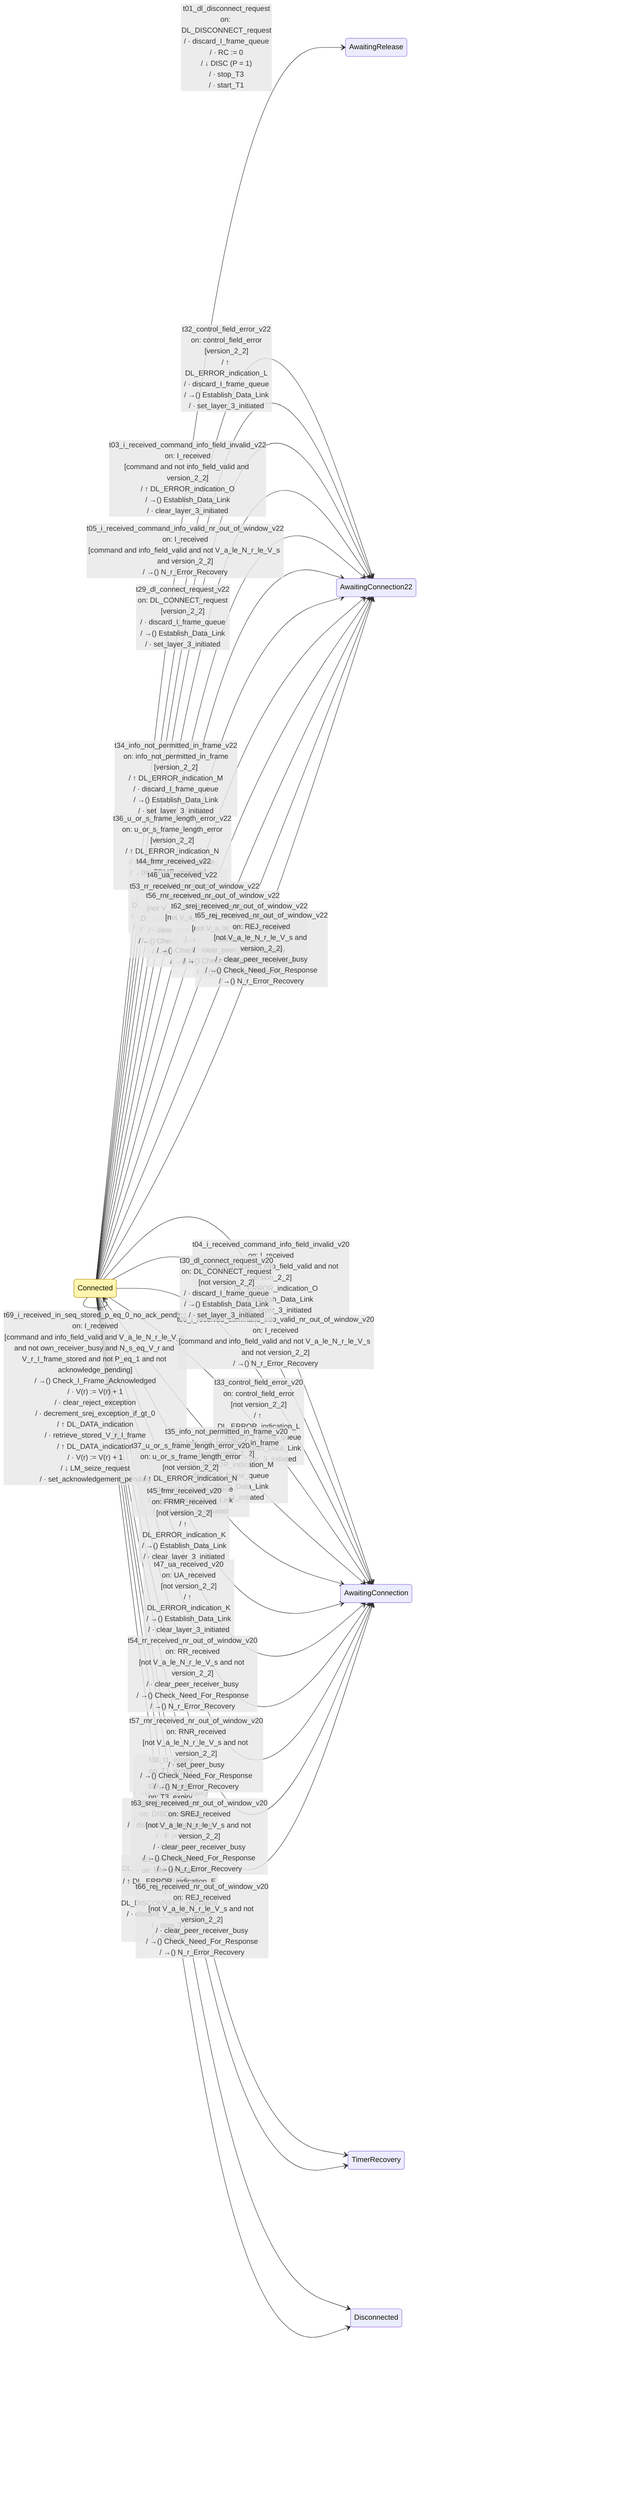
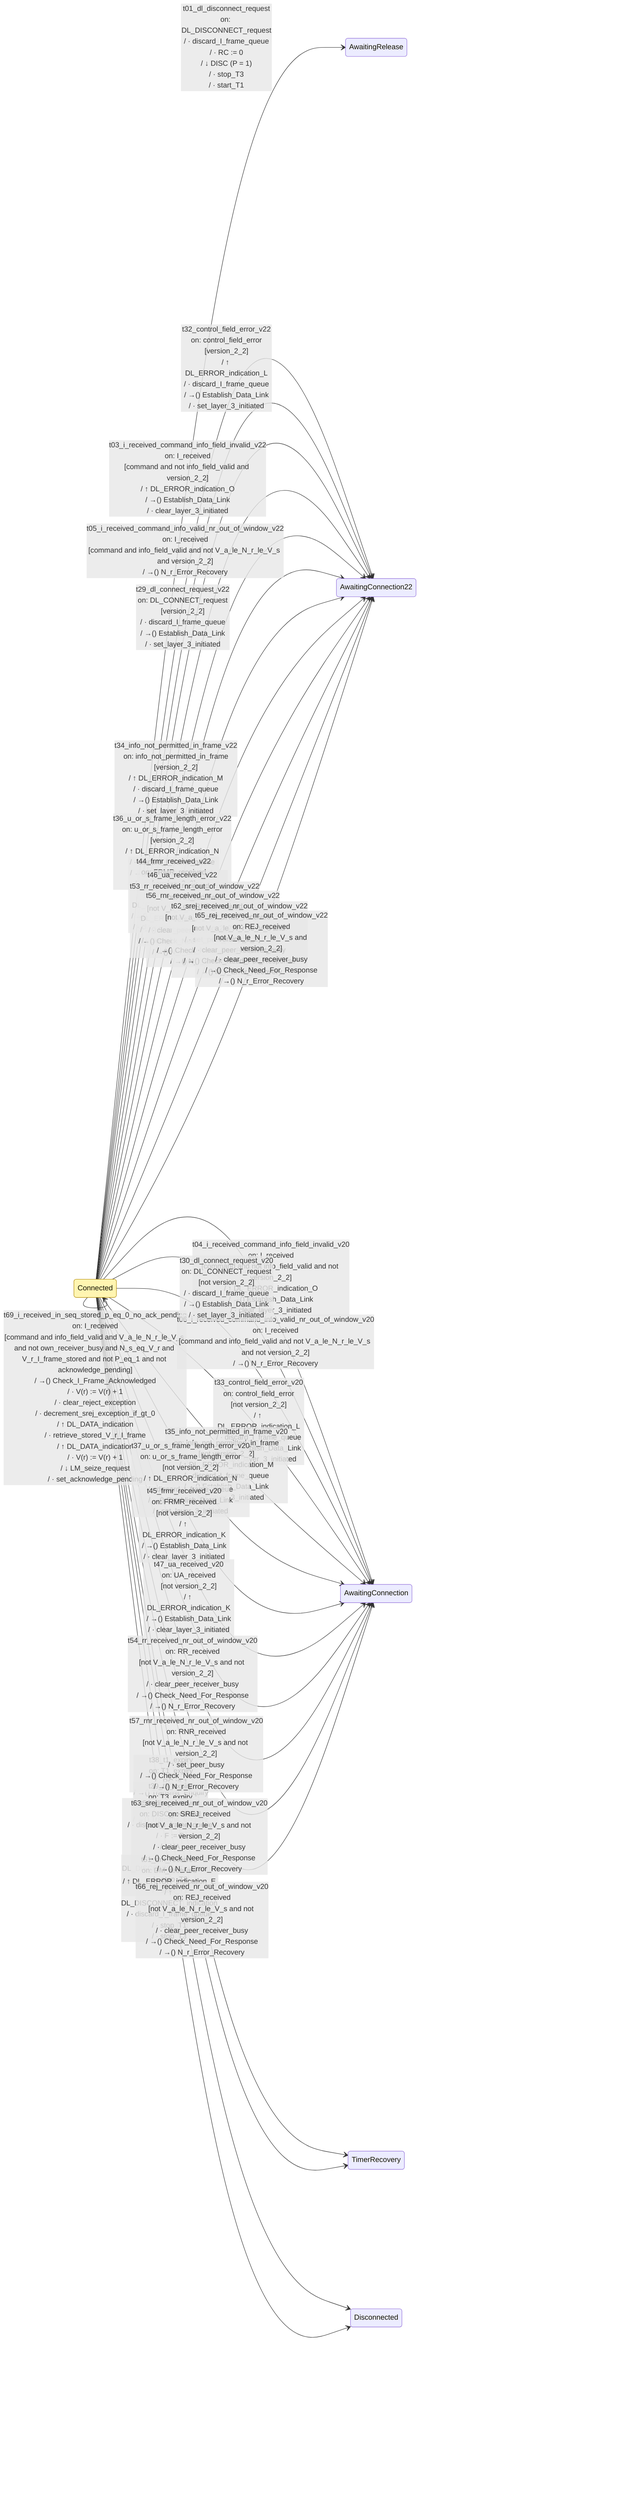
%% This file was produced by tools/Packet.Sdl.CodeGen from spec-sdl/data-link/connected.sdl.yaml
%% Do not edit by hand. Run `dotnet run --project tools/Packet.Sdl.CodeGen` to regenerate.
%%
%% Source: ax.25.2.2.4_Oct_25, figure figc4.4
%% URL: https://raw.githubusercontent.com/packethacking/ax25spec/main/doc/media/figc4.4a.png
%% Coverage: complete
%%
%% Important: this rendering is approximate and intentionally
%% looks nothing like the original SDL figure. It is a machine-
%% generated view of the transitions in the .sdl.yaml — useful
%% for spotting transcription bugs (missing transitions, wrong
%% destination state) but NOT a substitute for reading the spec
%% figure itself. See docs/sdl-primer.md.

stateDiagram-v2
    direction LR

    classDef focal fill:#fff5b1,stroke:#b08800;
    class Connected focal
    Connected --> AwaitingRelease: t01_dl_disconnect_request<br/>on: DL_DISCONNECT_request<br/>/ · discard_I_frame_queue<br/>/ · RC := 0<br/>/ ↓ DISC (P = 1)<br/>/ · stop_T3<br/>/ · start_T1
    Connected --> Connected: t02_i_received_not_command<br/>on: I_received<br/>[not command]<br/>/ ↑ DL_ERROR_indication_O<br/>/ · discard_I_frame
    Connected --> AwaitingConnection22: t03_i_received_command_info_field_invalid_v22<br/>on: I_received<br/>[command and not info_field_valid and version_2_2]<br/>/ ↑ DL_ERROR_indication_O<br/>/ →() Establish_Data_Link<br/>/ · clear_layer_3_initiated
    Connected --> AwaitingConnection: t04_i_received_command_info_field_invalid_v20<br/>on: I_received<br/>[command and not info_field_valid and not version_2_2]<br/>/ ↑ DL_ERROR_indication_O<br/>/ →() Establish_Data_Link<br/>/ · clear_layer_3_initiated
    Connected --> AwaitingConnection22: t05_i_received_command_info_valid_nr_out_of_window_v22<br/>on: I_received<br/>[command and info_field_valid and not V_a_le_N_r_le_V_s and version_2_2]<br/>/ →() N_r_Error_Recovery
    Connected --> AwaitingConnection: t06_i_received_command_info_valid_nr_out_of_window_v20<br/>on: I_received<br/>[command and info_field_valid and not V_a_le_N_r_le_V_s and not version_2_2]<br/>/ →() N_r_Error_Recovery
    Connected --> Connected: t07_i_received_own_busy_p_eq_1<br/>on: I_received<br/>[command and info_field_valid and V_a_le_N_r_le_V_s and own_receiver_busy and P_eq_1]<br/>/ →() Check_I_Frame_Acknowledged<br/>/ · discard_contents_of_I_frame<br/>/ · F := 1<br/>/ · N(r) := V(r)<br/>/ ↓ RR<br/>/ · clear_acknowledge_pending
    Connected --> Connected: t08_i_received_own_busy_p_eq_0<br/>on: I_received<br/>[command and info_field_valid and V_a_le_N_r_le_V_s and own_receiver_busy and not P_eq_1]<br/>/ →() Check_I_Frame_Acknowledged<br/>/ · discard_contents_of_I_frame
    Connected --> Connected: t09_i_received_in_seq_no_stored_p_eq_1<br/>on: I_received<br/>[command and info_field_valid and V_a_le_N_r_le_V_s and not own_receiver_busy and N_s_eq_V_r and not V_r_I_frame_stored and P_eq_1]<br/>/ →() Check_I_Frame_Acknowledged<br/>/ · V(r) := V(r) + 1<br/>/ · clear_reject_exception<br/>/ · decrement_srej_exception_if_gt_0<br/>/ ↑ DL_DATA_indication<br/>/ · F := 1<br/>/ · N(r) := V(r)<br/>/ ↓ RR<br/>/ · clear_acknowledge_pending
    Connected --> Connected: t10_i_received_in_seq_no_stored_p_eq_0_ack_pending<br/>on: I_received<br/>[command and info_field_valid and V_a_le_N_r_le_V_s and not own_receiver_busy and N_s_eq_V_r and not V_r_I_frame_stored and not P_eq_1 and acknowledge_pending]<br/>/ →() Check_I_Frame_Acknowledged<br/>/ · V(r) := V(r) + 1<br/>/ · clear_reject_exception<br/>/ · decrement_srej_exception_if_gt_0<br/>/ ↑ DL_DATA_indication
-     Connected --> Connected: t11_i_received_in_seq_no_stored_p_eq_0_no_ack_pending<br/>on: I_received<br/>[command and info_field_valid and V_a_le_N_r_le_V_s and not own_receiver_busy and N_s_eq_V_r and not V_r_I_frame_stored and not P_eq_1 and not acknowledge_pending]<br/>/ →() Check_I_Frame_Acknowledged<br/>/ · V(r) := V(r) + 1<br/>/ · clear_reject_exception<br/>/ · decrement_srej_exception_if_gt_0<br/>/ ↑ DL_DATA_indication<br/>/ ↓ LM_seize_request<br/>/ · set_acknowledgement_pending
+     Connected --> Connected: t11_i_received_in_seq_no_stored_p_eq_0_no_ack_pending<br/>on: I_received<br/>[command and info_field_valid and V_a_le_N_r_le_V_s and not own_receiver_busy and N_s_eq_V_r and not V_r_I_frame_stored and not P_eq_1 and not acknowledge_pending]<br/>/ →() Check_I_Frame_Acknowledged<br/>/ · V(r) := V(r) + 1<br/>/ · clear_reject_exception<br/>/ · decrement_srej_exception_if_gt_0<br/>/ ↑ DL_DATA_indication<br/>/ ↓ LM_seize_request<br/>/ · set_acknowledge_pending
    Connected --> Connected: t12_i_received_out_of_seq_reject_exception_p_eq_1<br/>on: I_received<br/>[command and info_field_valid and V_a_le_N_r_le_V_s and not own_receiver_busy and not N_s_eq_V_r and reject_exception and P_eq_1]<br/>/ →() Check_I_Frame_Acknowledged<br/>/ · discard_contents_of_I_frame<br/>/ · F := 1<br/>/ · N(r) := V(r)<br/>/ ↓ RR<br/>/ · clear_acknowledge_pending
    Connected --> Connected: t13_i_received_out_of_seq_reject_exception_p_eq_0<br/>on: I_received<br/>[command and info_field_valid and V_a_le_N_r_le_V_s and not own_receiver_busy and not N_s_eq_V_r and reject_exception and not P_eq_1]<br/>/ →() Check_I_Frame_Acknowledged<br/>/ · discard_contents_of_I_frame
    Connected --> Connected: t14_i_received_out_of_seq_srej_enabled_no_excep_in_range<br/>on: I_received<br/>[command and info_field_valid and V_a_le_N_r_le_V_s and not own_receiver_busy and not N_s_eq_V_r and not reject_exception and srej_enabled and not srej_exception_gt_0 and not N_s_gt_V_r_plus_1]<br/>/ →() Check_I_Frame_Acknowledged<br/>/ · save_contents_of_I_frame<br/>/ · N(r) := V(r)<br/>/ · F := 1<br/>/ · increment_srej_exception<br/>/ ↓ SREJ
    Connected --> Connected: t15_i_received_out_of_seq_srej_enabled_no_excep_far_skip<br/>on: I_received<br/>[command and info_field_valid and V_a_le_N_r_le_V_s and not own_receiver_busy and not N_s_eq_V_r and not reject_exception and srej_enabled and not srej_exception_gt_0 and N_s_gt_V_r_plus_1]<br/>/ →() Check_I_Frame_Acknowledged<br/>/ · save_contents_of_I_frame<br/>/ · discard_contents_of_I_frame<br/>/ · set_reject_exception<br/>/ · F := P<br/>/ · N(r) := V(r)<br/>/ ↓ REJ<br/>/ · clear_acknowledge_pending
    Connected --> Connected: t16_i_received_out_of_seq_srej_enabled_existing_excep<br/>on: I_received<br/>[command and info_field_valid and V_a_le_N_r_le_V_s and not own_receiver_busy and not N_s_eq_V_r and not reject_exception and srej_enabled and srej_exception_gt_0]<br/>/ →() Check_I_Frame_Acknowledged<br/>/ · save_contents_of_I_frame<br/>/ · N(r) := N(s)<br/>/ · F := 0<br/>/ · increment_srej_exception<br/>/ ↓ SREJ
    Connected --> Connected: t17_i_received_out_of_seq_srej_disabled<br/>on: I_received<br/>[command and info_field_valid and V_a_le_N_r_le_V_s and not own_receiver_busy and not N_s_eq_V_r and not reject_exception and not srej_enabled]<br/>/ →() Check_I_Frame_Acknowledged<br/>/ · discard_contents_of_I_frame<br/>/ · set_reject_exception<br/>/ · F := P<br/>/ · N(r) := V(r)<br/>/ ↓ REJ<br/>/ · clear_acknowledge_pending
    Connected --> Connected: t18_dl_data_request<br/>on: DL_DATA_request<br/>/ ⇢ push_on_I_frame_queue
    Connected --> Connected: t19_i_frame_pops_off_queue_send_now_t1_running<br/>on: I_frame_pops_off_queue<br/>[not peer_receiver_busy and not V_s_eq_V_a_plus_k and T1_running]<br/>/ · N(s) := V(s)<br/>/ · N(r) := V(r)<br/>/ · p := 0<br/>/ ↓ I_command<br/>/ · V(s) := V(s) + 1<br/>/ · clear_acknowledge_pending
    Connected --> Connected: t20_i_frame_pops_off_queue_send_now_t1_not_running<br/>on: I_frame_pops_off_queue<br/>[not peer_receiver_busy and not V_s_eq_V_a_plus_k and not T1_running]<br/>/ · N(s) := V(s)<br/>/ · N(r) := V(r)<br/>/ · p := 0<br/>/ ↓ I_command<br/>/ · V(s) := V(s) + 1<br/>/ · clear_acknowledge_pending<br/>/ · stop_T3<br/>/ · start_T1
    Connected --> Connected: t21_i_frame_pops_off_queue_window_full<br/>on: I_frame_pops_off_queue<br/>[not peer_receiver_busy and V_s_eq_V_a_plus_k]<br/>/ ⇢ push_on_I_frame_queue
    Connected --> Connected: t22_i_frame_pops_off_queue_peer_busy<br/>on: I_frame_pops_off_queue<br/>[peer_receiver_busy]<br/>/ ⇢ push_on_I_frame_queue
    Connected --> Connected: t23_dl_unit_data_request<br/>on: DL_UNIT_DATA_request<br/>/ ↓ UI_command
    Connected --> Connected: t24_dl_flow_off_when_not_busy<br/>on: DL_FLOW_OFF_request<br/>[own_receiver_busy]<br/>/ · set_own_receiver_busy<br/>/ ↓ RNR_response<br/>/ · clear_acknowledge_pending
    Connected --> Connected: t25_dl_flow_off_when_already_busy<br/>on: DL_FLOW_OFF_request<br/>[not own_receiver_busy]
    Connected --> Connected: t26_dl_flow_on_when_busy_and_t1_not_running<br/>on: DL_FLOW_ON_request<br/>[own_receiver_busy and not T1_running]<br/>/ · clear_own_receiver_busy<br/>/ ↓ RR_command<br/>/ · clear_acknowledge_pending<br/>/ · stop_T3<br/>/ · start_T1
    Connected --> Connected: t27_dl_flow_on_when_busy_and_t1_running<br/>on: DL_FLOW_ON_request<br/>[own_receiver_busy and T1_running]<br/>/ · clear_own_receiver_busy<br/>/ ↓ RR_command<br/>/ · clear_acknowledge_pending
    Connected --> Connected: t28_dl_flow_on_when_not_busy<br/>on: DL_FLOW_ON_request<br/>[not own_receiver_busy]
    Connected --> AwaitingConnection22: t29_dl_connect_request_v22<br/>on: DL_CONNECT_request<br/>[version_2_2]<br/>/ · discard_I_frame_queue<br/>/ →() Establish_Data_Link<br/>/ · set_layer_3_initiated
    Connected --> AwaitingConnection: t30_dl_connect_request_v20<br/>on: DL_CONNECT_request<br/>[not version_2_2]<br/>/ · discard_I_frame_queue<br/>/ →() Establish_Data_Link<br/>/ · set_layer_3_initiated
    Connected --> Connected: t31_all_other_primitives_from_lower_layer<br/>on: all_other_primitives__from_lower_layer
    Connected --> AwaitingConnection22: t32_control_field_error_v22<br/>on: control_field_error<br/>[version_2_2]<br/>/ ↑ DL_ERROR_indication_L<br/>/ · discard_I_frame_queue<br/>/ →() Establish_Data_Link<br/>/ · set_layer_3_initiated
    Connected --> AwaitingConnection: t33_control_field_error_v20<br/>on: control_field_error<br/>[not version_2_2]<br/>/ ↑ DL_ERROR_indication_L<br/>/ · discard_I_frame_queue<br/>/ →() Establish_Data_Link<br/>/ · set_layer_3_initiated
    Connected --> AwaitingConnection22: t34_info_not_permitted_in_frame_v22<br/>on: info_not_permitted_in_frame<br/>[version_2_2]<br/>/ ↑ DL_ERROR_indication_M<br/>/ · discard_I_frame_queue<br/>/ →() Establish_Data_Link<br/>/ · set_layer_3_initiated
    Connected --> AwaitingConnection: t35_info_not_permitted_in_frame_v20<br/>on: info_not_permitted_in_frame<br/>[not version_2_2]<br/>/ ↑ DL_ERROR_indication_M<br/>/ · discard_I_frame_queue<br/>/ →() Establish_Data_Link<br/>/ · set_layer_3_initiated
    Connected --> AwaitingConnection22: t36_u_or_s_frame_length_error_v22<br/>on: u_or_s_frame_length_error<br/>[version_2_2]<br/>/ ↑ DL_ERROR_indication_N<br/>/ · discard_I_frame_queue<br/>/ →() Establish_Data_Link<br/>/ · set_layer_3_initiated
    Connected --> AwaitingConnection: t37_u_or_s_frame_length_error_v20<br/>on: u_or_s_frame_length_error<br/>[not version_2_2]<br/>/ ↑ DL_ERROR_indication_N<br/>/ · discard_I_frame_queue<br/>/ →() Establish_Data_Link<br/>/ · set_layer_3_initiated
    Connected --> TimerRecovery: t38_t1_expiry<br/>on: T1_expiry<br/>/ · RC := 1<br/>/ →() Transmit_Enquiry
    Connected --> TimerRecovery: t39_t3_expiry<br/>on: T3_expiry<br/>/ · RC := 1<br/>/ →() Transmit_Enquiry
    Connected --> Connected: t40_sabm_received_vs_neq_va<br/>on: SABM_received<br/>[not V_s_eq_V_a]<br/>/ · F := P<br/>/ · set_version_2_0<br/>/ ↓ UA<br/>/ →() Clear_Exception_Conditions<br/>/ ↑ DL_ERROR_indication_F<br/>/ · discard_I_frame_queue<br/>/ ↑ DL_CONNECT_indication<br/>/ · stop_T1<br/>/ · start_T3<br/>/ · V(a) := 0<br/>/ · V(s) := 0<br/>/ · V(r) := 0<br/>/ · RC := 0
    Connected --> Connected: t41_sabm_received_vs_eq_va<br/>on: SABM_received<br/>[V_s_eq_V_a]<br/>/ · F := P<br/>/ · set_version_2_0<br/>/ ↓ UA<br/>/ →() Clear_Exception_Conditions<br/>/ ↑ DL_ERROR_indication_F<br/>/ · stop_T1<br/>/ · start_T3<br/>/ · V(a) := 0<br/>/ · V(s) := 0<br/>/ · V(r) := 0<br/>/ · RC := 0
    Connected --> Connected: t42_sabme_received_vs_neq_va<br/>on: SABME_received<br/>[not V_s_eq_V_a]<br/>/ · F := P<br/>/ · set_version_2_2<br/>/ ↓ UA<br/>/ →() Clear_Exception_Conditions<br/>/ ↑ DL_ERROR_indication_F<br/>/ · discard_I_frame_queue<br/>/ ↑ DL_CONNECT_indication<br/>/ · stop_T1<br/>/ · start_T3<br/>/ · V(a) := 0<br/>/ · V(s) := 0<br/>/ · V(r) := 0<br/>/ · RC := 0
    Connected --> Connected: t43_sabme_received_vs_eq_va<br/>on: SABME_received<br/>[V_s_eq_V_a]<br/>/ · F := P<br/>/ · set_version_2_2<br/>/ ↓ UA<br/>/ →() Clear_Exception_Conditions<br/>/ ↑ DL_ERROR_indication_F<br/>/ · stop_T1<br/>/ · start_T3<br/>/ · V(a) := 0<br/>/ · V(s) := 0<br/>/ · V(r) := 0<br/>/ · RC := 0
    Connected --> AwaitingConnection22: t44_frmr_received_v22<br/>on: FRMR_received<br/>[version_2_2]<br/>/ ↑ DL_ERROR_indication_K<br/>/ →() Establish_Data_Link<br/>/ · clear_layer_3_initiated
    Connected --> AwaitingConnection: t45_frmr_received_v20<br/>on: FRMR_received<br/>[not version_2_2]<br/>/ ↑ DL_ERROR_indication_K<br/>/ →() Establish_Data_Link<br/>/ · clear_layer_3_initiated
    Connected --> AwaitingConnection22: t46_ua_received_v22<br/>on: UA_received<br/>[version_2_2]<br/>/ ↑ DL_ERROR_indication_K<br/>/ →() Establish_Data_Link<br/>/ · clear_layer_3_initiated
    Connected --> AwaitingConnection: t47_ua_received_v20<br/>on: UA_received<br/>[not version_2_2]<br/>/ ↑ DL_ERROR_indication_K<br/>/ →() Establish_Data_Link<br/>/ · clear_layer_3_initiated
    Connected --> Connected: t48_ui_received_p_eq_0<br/>on: UI_received<br/>[not P_eq_1]<br/>/ →() UI_Check
    Connected --> Connected: t49_ui_received_p_eq_1<br/>on: UI_received<br/>[P_eq_1]<br/>/ →() UI_Check<br/>/ →() Enquiry_Response_F_1
    Connected --> Disconnected: t50_disc_received<br/>on: DISC_received<br/>/ · discard_I_frame_queue<br/>/ · F := P<br/>/ ↓ UA<br/>/ ↑ DL_DISCONNECT_indication<br/>/ · stop_T3<br/>/ · start_T1
    Connected --> Disconnected: t51_dm_received<br/>on: DM_received<br/>/ ↑ DL_ERROR_indication_E<br/>/ ↑ DL_DISCONNECT_indication<br/>/ · discard_I_frame_queue<br/>/ · stop_T1<br/>/ · stop_T3
    Connected --> Connected: t52_rr_received_nr_in_window<br/>on: RR_received<br/>[V_a_le_N_r_le_V_s]<br/>/ · clear_peer_receiver_busy<br/>/ →() Check_Need_For_Response<br/>/ →() Check_I_Frame_Acknowledged
    Connected --> AwaitingConnection22: t53_rr_received_nr_out_of_window_v22<br/>on: RR_received<br/>[not V_a_le_N_r_le_V_s and version_2_2]<br/>/ · clear_peer_receiver_busy<br/>/ →() Check_Need_For_Response<br/>/ →() N_r_Error_Recovery
    Connected --> AwaitingConnection: t54_rr_received_nr_out_of_window_v20<br/>on: RR_received<br/>[not V_a_le_N_r_le_V_s and not version_2_2]<br/>/ · clear_peer_receiver_busy<br/>/ →() Check_Need_For_Response<br/>/ →() N_r_Error_Recovery
    Connected --> Connected: t55_rnr_received_nr_in_window<br/>on: RNR_received<br/>[V_a_le_N_r_le_V_s]<br/>/ · set_peer_busy<br/>/ →() Check_Need_For_Response<br/>/ →() Check_I_Frame_Acknowledged
    Connected --> AwaitingConnection22: t56_rnr_received_nr_out_of_window_v22<br/>on: RNR_received<br/>[not V_a_le_N_r_le_V_s and version_2_2]<br/>/ · set_peer_busy<br/>/ →() Check_Need_For_Response<br/>/ →() N_r_Error_Recovery
    Connected --> AwaitingConnection: t57_rnr_received_nr_out_of_window_v20<br/>on: RNR_received<br/>[not V_a_le_N_r_le_V_s and not version_2_2]<br/>/ · set_peer_busy<br/>/ →() Check_Need_For_Response<br/>/ →() N_r_Error_Recovery
    Connected --> Connected: t58_lm_seize_confirm_no_ack_pending<br/>on: LM_SEIZE_confirm<br/>[not acknowledge_pending]<br/>/ ↓ LM_release_request
    Connected --> Connected: t59_lm_seize_confirm_ack_pending<br/>on: LM_SEIZE_confirm<br/>[acknowledge_pending]<br/>/ · clear_acknowledge_pending<br/>/ →() Enquiry_Response_F_0<br/>/ ↓ LM_release_request
    Connected --> Connected: t60_srej_received_nr_in_window_pf_eq_0<br/>on: SREJ_received<br/>[V_a_le_N_r_le_V_s and not P_or_F_eq_1]<br/>/ · clear_peer_receiver_busy<br/>/ →() Check_Need_For_Response<br/>/ · stop_T1<br/>/ · start_T3<br/>/ →() Select_T1_Value<br/>/ ⇢ push_old_I_frame_N_r_on_queue<br/>/ ↓ LM_data_request<br/>/ · stop_T3<br/>/ · start_T1<br/>/ · clear_acknowledge_pending
    Connected --> Connected: t61_srej_received_nr_in_window_pf_eq_1<br/>on: SREJ_received<br/>[V_a_le_N_r_le_V_s and P_or_F_eq_1]<br/>/ · clear_peer_receiver_busy<br/>/ →() Check_Need_For_Response<br/>/ · V(a) := N(r)<br/>/ · stop_T1<br/>/ · start_T3<br/>/ →() Select_T1_Value<br/>/ ⇢ push_old_I_frame_N_r_on_queue<br/>/ ↓ LM_data_request<br/>/ · stop_T3<br/>/ · start_T1<br/>/ · clear_acknowledge_pending
    Connected --> AwaitingConnection22: t62_srej_received_nr_out_of_window_v22<br/>on: SREJ_received<br/>[not V_a_le_N_r_le_V_s and version_2_2]<br/>/ · clear_peer_receiver_busy<br/>/ →() Check_Need_For_Response<br/>/ →() N_r_Error_Recovery
    Connected --> AwaitingConnection: t63_srej_received_nr_out_of_window_v20<br/>on: SREJ_received<br/>[not V_a_le_N_r_le_V_s and not version_2_2]<br/>/ · clear_peer_receiver_busy<br/>/ →() Check_Need_For_Response<br/>/ →() N_r_Error_Recovery
    Connected --> Connected: t64_rej_received_nr_in_window<br/>on: REJ_received<br/>[V_a_le_N_r_le_V_s]<br/>/ · clear_peer_receiver_busy<br/>/ →() Check_Need_For_Response<br/>/ · V(a) := N(r)<br/>/ · start_T1<br/>/ · stop_T3<br/>/ · clear_acknowledge_pending<br/>/ →() Select_T1_Value<br/>/ →() Invoke_Retransmission
    Connected --> AwaitingConnection22: t65_rej_received_nr_out_of_window_v22<br/>on: REJ_received<br/>[not V_a_le_N_r_le_V_s and version_2_2]<br/>/ · clear_peer_receiver_busy<br/>/ →() Check_Need_For_Response<br/>/ →() N_r_Error_Recovery
    Connected --> AwaitingConnection: t66_rej_received_nr_out_of_window_v20<br/>on: REJ_received<br/>[not V_a_le_N_r_le_V_s and not version_2_2]<br/>/ · clear_peer_receiver_busy<br/>/ →() Check_Need_For_Response<br/>/ →() N_r_Error_Recovery
    Connected --> Connected: t67_i_received_in_seq_stored_p_eq_1<br/>on: I_received<br/>[command and info_field_valid and V_a_le_N_r_le_V_s and not own_receiver_busy and N_s_eq_V_r and V_r_I_frame_stored and P_eq_1]<br/>/ →() Check_I_Frame_Acknowledged<br/>/ · V(r) := V(r) + 1<br/>/ · clear_reject_exception<br/>/ · decrement_srej_exception_if_gt_0<br/>/ ↑ DL_DATA_indication<br/>/ · retrieve_stored_V_r_I_frame<br/>/ ↑ DL_DATA_indication<br/>/ · V(r) := V(r) + 1<br/>/ · F := 1<br/>/ · N(r) := V(r)<br/>/ ↓ RR<br/>/ · clear_acknowledge_pending
    Connected --> Connected: t68_i_received_in_seq_stored_p_eq_0_ack_pending<br/>on: I_received<br/>[command and info_field_valid and V_a_le_N_r_le_V_s and not own_receiver_busy and N_s_eq_V_r and V_r_I_frame_stored and not P_eq_1 and acknowledge_pending]<br/>/ →() Check_I_Frame_Acknowledged<br/>/ · V(r) := V(r) + 1<br/>/ · clear_reject_exception<br/>/ · decrement_srej_exception_if_gt_0<br/>/ ↑ DL_DATA_indication<br/>/ · retrieve_stored_V_r_I_frame<br/>/ ↑ DL_DATA_indication<br/>/ · V(r) := V(r) + 1
-     Connected --> Connected: t69_i_received_in_seq_stored_p_eq_0_no_ack_pending<br/>on: I_received<br/>[command and info_field_valid and V_a_le_N_r_le_V_s and not own_receiver_busy and N_s_eq_V_r and V_r_I_frame_stored and not P_eq_1 and not acknowledge_pending]<br/>/ →() Check_I_Frame_Acknowledged<br/>/ · V(r) := V(r) + 1<br/>/ · clear_reject_exception<br/>/ · decrement_srej_exception_if_gt_0<br/>/ ↑ DL_DATA_indication<br/>/ · retrieve_stored_V_r_I_frame<br/>/ ↑ DL_DATA_indication<br/>/ · V(r) := V(r) + 1<br/>/ ↓ LM_seize_request<br/>/ · set_acknowledgement_pending
+     Connected --> Connected: t69_i_received_in_seq_stored_p_eq_0_no_ack_pending<br/>on: I_received<br/>[command and info_field_valid and V_a_le_N_r_le_V_s and not own_receiver_busy and N_s_eq_V_r and V_r_I_frame_stored and not P_eq_1 and not acknowledge_pending]<br/>/ →() Check_I_Frame_Acknowledged<br/>/ · V(r) := V(r) + 1<br/>/ · clear_reject_exception<br/>/ · decrement_srej_exception_if_gt_0<br/>/ ↑ DL_DATA_indication<br/>/ · retrieve_stored_V_r_I_frame<br/>/ ↑ DL_DATA_indication<br/>/ · V(r) := V(r) + 1<br/>/ ↓ LM_seize_request<br/>/ · set_acknowledge_pending
